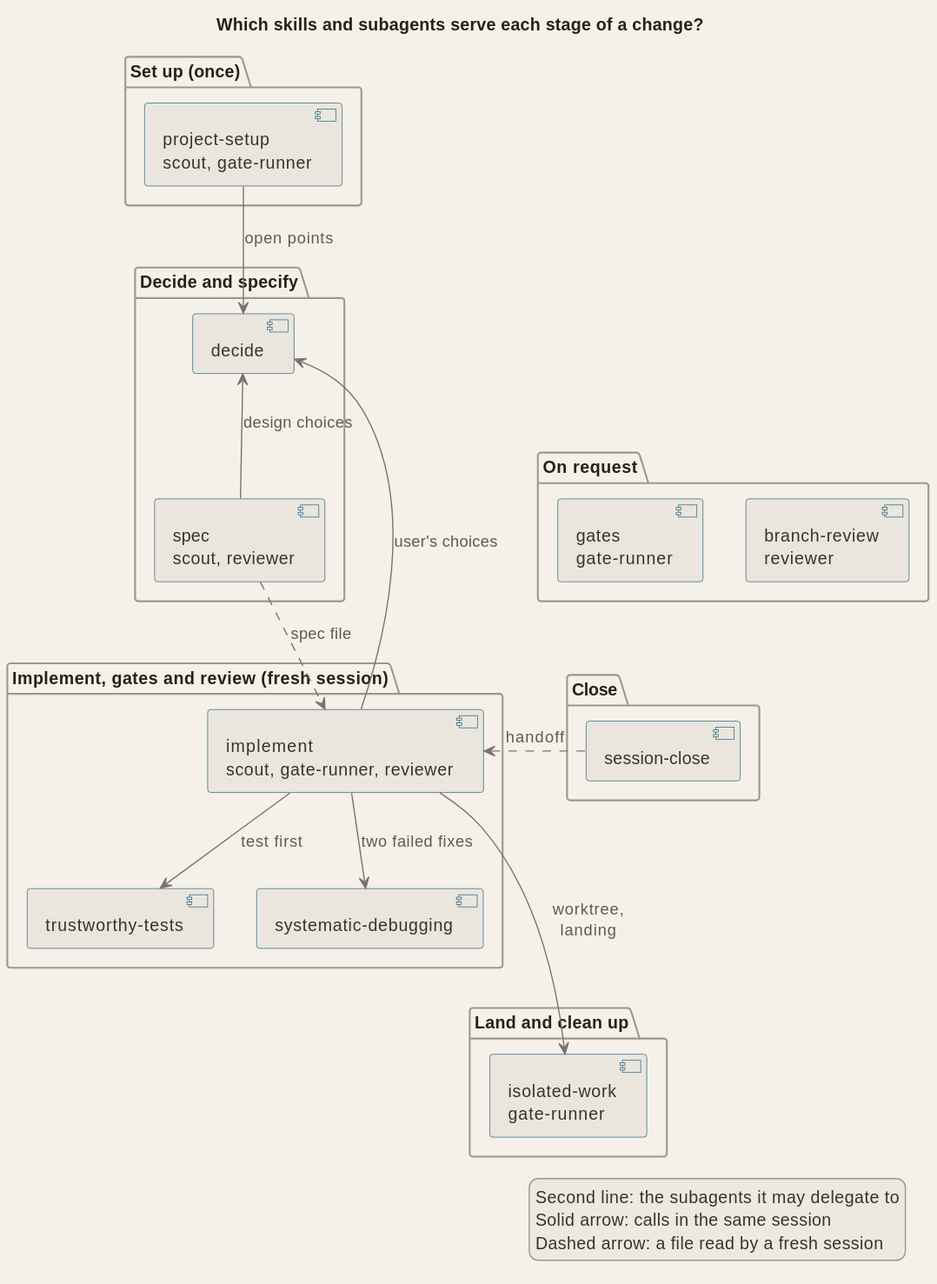
The PlantUML diagram docs/diagrams/arch_skills_workflow.svg in signorenne/dotagents, before a commit.
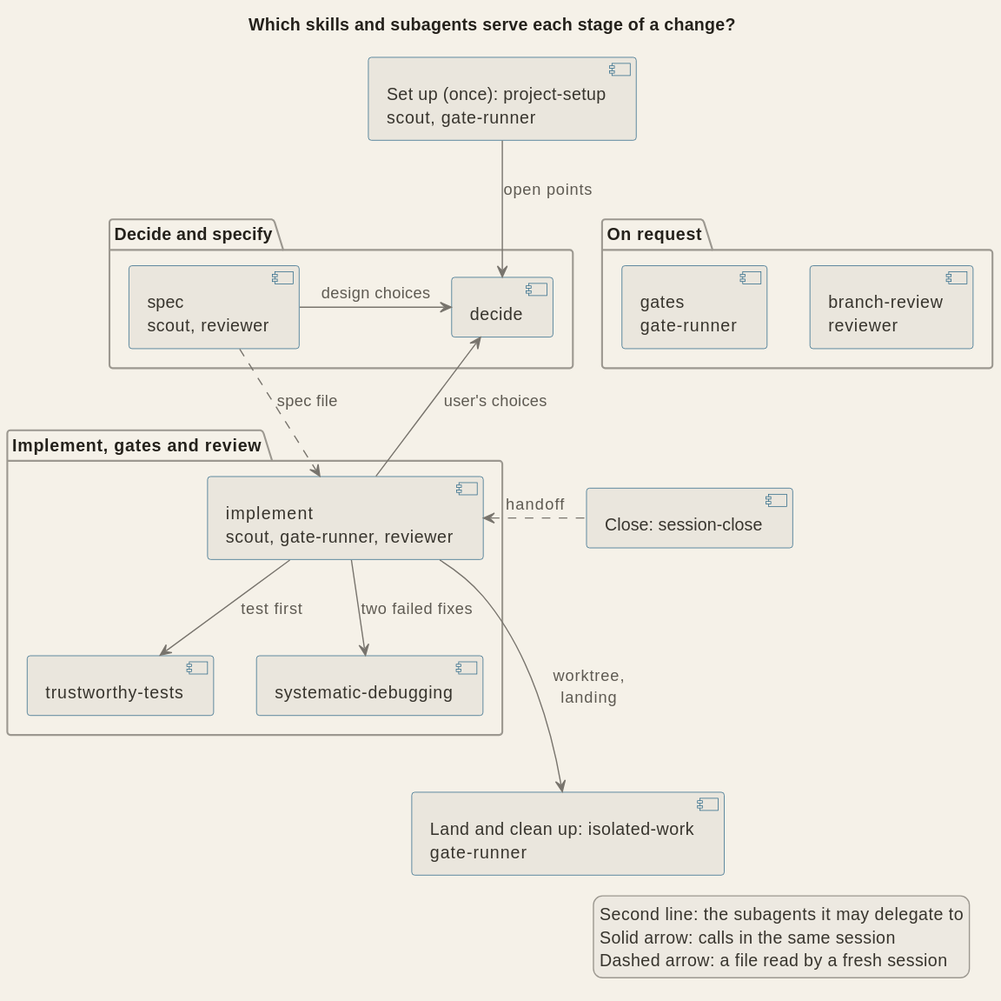
After the change.

Commit message:
docs(diagrams): remove the crossings and title overlaps of the component diagrams

Change to the diagram source:
```diff
@@ -2,14 +2,12 @@
 !include palette.iuml
 title Which skills and subagents serve each stage of a change?
 
-package "Set up (once)" {
-  component "project-setup\nscout, gate-runner" as setup
-}
+component "Set up (once): project-setup\nscout, gate-runner" as setup
 package "Decide and specify" {
   component "decide" as decide
   component "spec\nscout, reviewer" as spec
 }
-package "Implement, gates and review (fresh session)" {
+package "Implement, gates and review" {
   component "implement\nscout, gate-runner, reviewer" as implement
   component "trustworthy-tests" as tests
   component "systematic-debugging" as debug
@@ -18,15 +16,11 @@
   component "gates\ngate-runner" as gates
   component "branch-review\nreviewer" as review
 }
-package "Close" {
-  component "session-close" as close
-}
-package "Land and clean up" {
-  component "isolated-work\ngate-runner" as isolated
-}
+component "Close: session-close" as close
+component "Land and clean up: isolated-work\ngate-runner" as isolated
 
 setup --> decide : open points
-spec -up-> decide : design choices
+spec -right-> decide : design choices
 spec ..> implement : spec file
 implement -up-> decide : user's choices
 implement --> tests : test first
```
